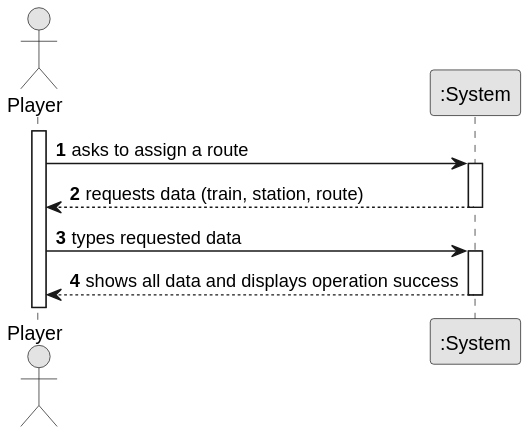
Before: docs/sprint2/us010/01.requirements-engineering/svg/us010-system-sequence-diagram.svg, a diagram exported from PlantUML (ivasduarte/all-aboard).
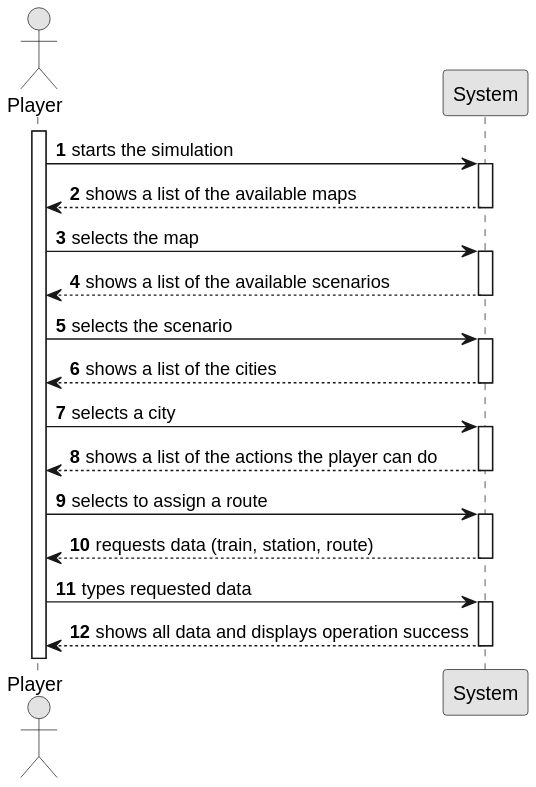
Later version of the same file.

Change to the diagram source:
```diff
@@ -6,11 +6,35 @@
 autonumber
 
 actor "Player" as Player
-participant ":System" as System
+participant "System" as System
 
 activate Player
 
-    Player -> System : asks to assign a route
+    Player -> System : starts the simulation
+    activate System
+
+    System --> Player : shows a list of the available maps
+    deactivate System
+
+    Player -> System : selects the map
+    activate System
+
+    System --> Player : shows a list of the available scenarios
+    deactivate System
+
+    Player -> System : selects the scenario
+    activate System
+
+    System --> Player : shows a list of the cities
+    deactivate System
+
+    Player -> System : selects a city
+    activate System
+
+    System --> Player : shows a list of the actions the player can do
+    deactivate System
+
+    Player -> System : selects to assign a route
     activate System
 
     System --> Player : requests data (train, station, route)
```
